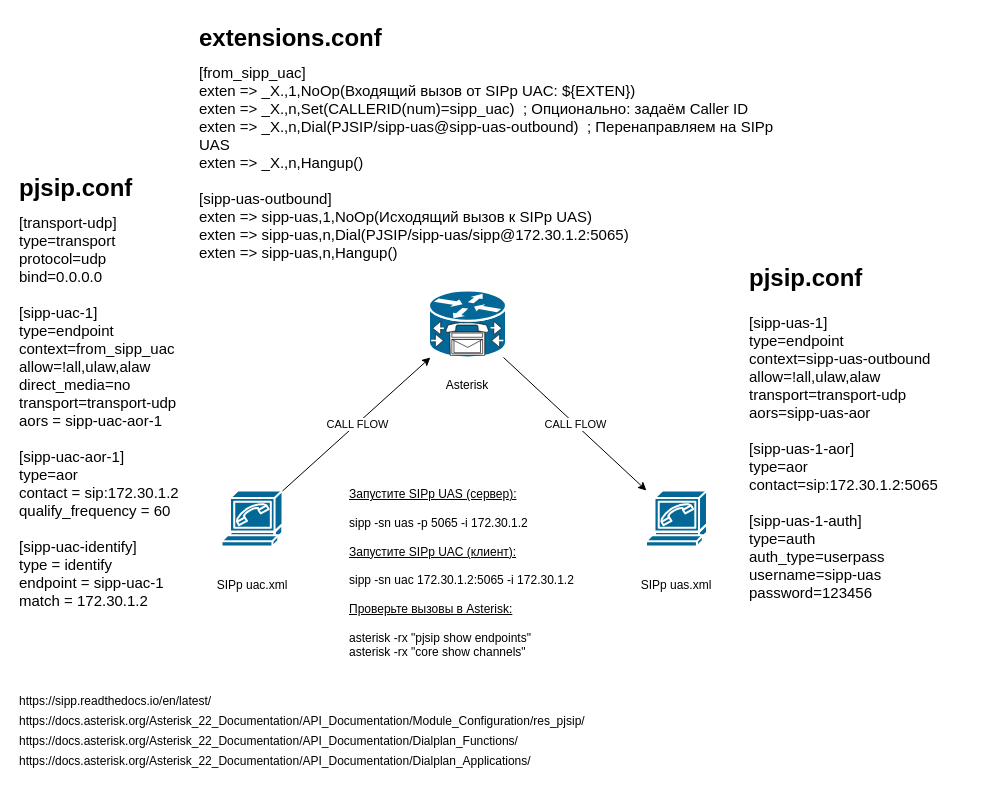
Earlier version of the draw.io diagram LAB1-2xSIPp-1xAsterisk.drawio (sysadminlab/voip). Source tidied: cells renumbered, new cells numbered last; positions are measured from the earlier drawing's top-left corner, leaving out a move shared by most shapes. Both pictures are drawn from the tidied source at 100%, with x=0, y=0 at pixel (17, 17).
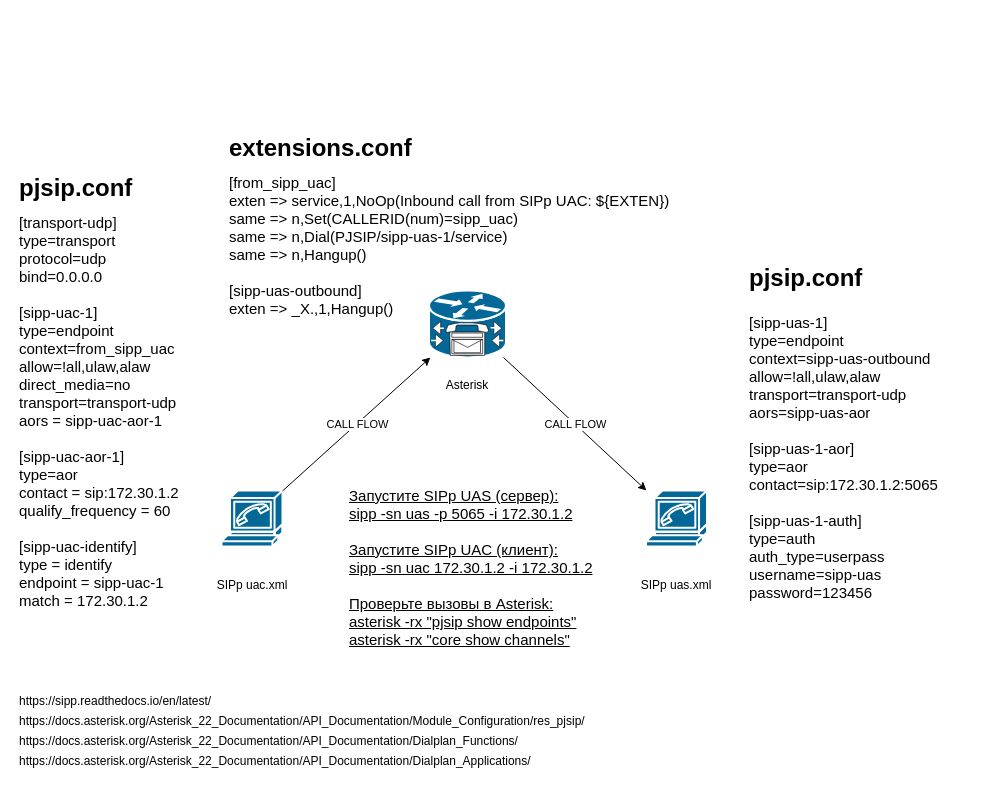
The same page after the edit.

What changed in the source:
```diff
@@
-    <mxCell id="12" value="[from_sipp_uac]&lt;br&gt;exten =&amp;gt; _X.,1,NoOp(Входящий вызов от SIPp UAC: ${EXTEN})&lt;br&gt;exten =&amp;gt; _X.,n,Set(CALLERID(num)=sipp_uac)&amp;nbsp; ; Опционально: задаём Caller ID&lt;br&gt;exten =&amp;gt; _X.,n,Dial(PJSIP/sipp-uas@sipp-uas-outbound)&amp;nbsp; ; Перенаправляем на SIPp UAS&lt;br&gt;exten =&amp;gt; _X.,n,Hangup()&lt;br&gt;&lt;br&gt;[sipp-uas-outbound]&lt;br&gt;exten =&amp;gt; sipp-uas,1,NoOp(Исходящий вызов к SIPp UAS)&lt;br&gt;exten =&amp;gt; sipp-uas,n,Dial(PJSIP/sipp-uas/sipp@172.30.1.2:5065)&amp;nbsp;&amp;nbsp;&lt;br&gt;exten =&amp;gt; sipp-uas,n,Hangup()&lt;br&gt;&lt;div&gt;&lt;br&gt;&lt;/div&gt;" style="text;html=1;whiteSpace=wrap;overflow=hidden;rounded=0;fontSize=15;" parent="1" vertex="1">
-      <mxGeometry x="179.5" y="40" width="600.5" height="220" as="geometry" />
+    <mxCell id="12" value="[from_sipp_uac]&lt;br&gt;exten =&amp;gt; service,1,NoOp(Inbound call from SIPp UAC: ${EXTEN})&lt;br&gt;same =&amp;gt; n,Set(CALLERID(num)=sipp_uac)&lt;br&gt;same =&amp;gt; n,Dial(PJSIP/sipp-uas-1/service)&amp;nbsp;&lt;br&gt;same =&amp;gt; n,Hangup()&lt;br&gt;&lt;br&gt;[sipp-uas-outbound]&lt;br&gt;exten =&amp;gt; _X.,1,Hangup()&lt;br&gt;&lt;div&gt;&lt;br&gt;&lt;/div&gt;" style="text;html=1;whiteSpace=wrap;overflow=hidden;rounded=0;fontSize=15;" parent="1" vertex="1">
+      <mxGeometry x="210" y="150" width="460.5" height="170" as="geometry" />
     </mxCell>
@@
-    <mxCell id="15" value="&lt;u&gt;Запустите SIPp UAS (сервер):&lt;/u&gt;&lt;br&gt;&lt;br&gt;sipp -sn uas -p 5065 -i 172.30.1.2&lt;br&gt;&lt;br&gt;&lt;u&gt;Запустите SIPp UAC (клиент):&lt;/u&gt;&lt;br&gt;&lt;br&gt;sipp -sn uac 172.30.1.2:5065 -i 172.30.1.2&lt;br&gt;&lt;br&gt;&lt;u&gt;Проверьте вызовы в Asterisk:&lt;/u&gt;&lt;br&gt;&lt;br&gt;asterisk -rx &quot;pjsip show endpoints&quot;&lt;br&gt;asterisk -rx &quot;core show channels&quot;" style="text;whiteSpace=wrap;html=1;" parent="1" vertex="1">
-      <mxGeometry x="329.5" y="463" width="270.5" height="210" as="geometry" />
+    <mxCell id="15" value="&lt;u&gt;Запустите SIPp UAS (сервер):&lt;br&gt;sipp -sn uas -p 5065 -i 172.30.1.2&lt;br&gt;&lt;br&gt;Запустите SIPp UAC (клиент):&lt;br&gt;sipp -sn uac 172.30.1.2 -i 172.30.1.2&lt;br&gt;&lt;br&gt;Проверьте вызовы в Asterisk:&lt;br&gt;asterisk -rx &quot;pjsip show endpoints&quot;&lt;br&gt;asterisk -rx &quot;core show channels&quot;&lt;/u&gt;" style="text;whiteSpace=wrap;html=1;fontSize=15;" parent="1" vertex="1">
+      <mxGeometry x="329.5" y="463" width="290.5" height="187" as="geometry" />
     </mxCell>
@@
     <mxCell id="18" value="&lt;h1 style=&quot;margin-top: 0px;&quot;&gt;extensions.conf&lt;/h1&gt;" style="text;whiteSpace=wrap;html=1;" parent="1" vertex="1">
-      <mxGeometry x="179.5" width="220" height="40" as="geometry" />
+      <mxGeometry x="210" y="110" width="220" height="40" as="geometry" />
     </mxCell>
```
